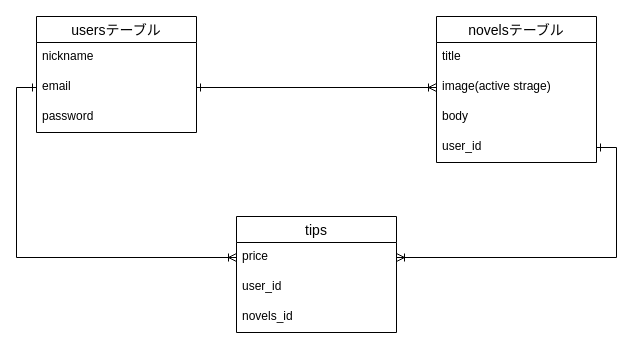
Before: poirot.dio in SeyH0409/poirot, a draw.io diagram. Source tidied: cells renumbered, new cells numbered last; positions are measured from the earlier drawing's top-left corner, leaving out a move shared by most shapes. Both pictures are drawn from the tidied source at 100%, with x=0, y=0 at pixel (36, 16).
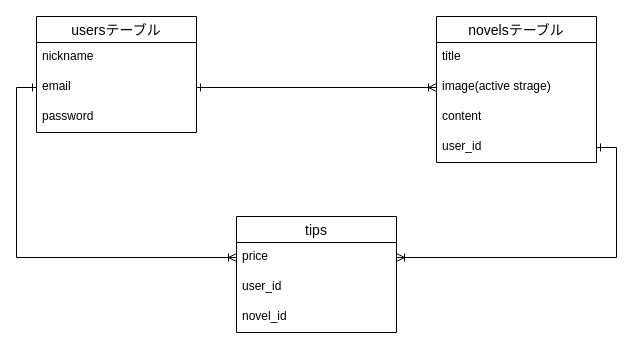
The same page after the edit.

Change to the diagram source:
```diff
@@
 <mxGraphModel>
   <root>
     <mxCell id="0" />
     <mxCell id="1" parent="0" />
     <mxCell id="2" value="usersテーブル" style="swimlane;fontStyle=0;horizontal=1;startSize=26;align=center;fontSize=14;" parent="1" vertex="1">
       <mxGeometry width="160" height="116" as="geometry" />
     </mxCell>
     <mxCell id="3" value="nickname" style="text;strokeColor=none;fillColor=none;spacingLeft=4;spacingRight=4;overflow=hidden;fontSize=12;" parent="2" vertex="1">
       <mxGeometry y="26" width="160" height="30" as="geometry" />
     </mxCell>
     <mxCell id="4" value="email" style="text;strokeColor=none;fillColor=none;spacingLeft=4;spacingRight=4;overflow=hidden;points=[[0,0.5],[1,0.5]];portConstraint=eastwest;fontSize=12;" parent="2" vertex="1">
       <mxGeometry y="56" width="160" height="30" as="geometry" />
     </mxCell>
     <mxCell id="5" value="password" style="text;strokeColor=none;fillColor=none;spacingLeft=4;spacingRight=4;overflow=hidden;fontSize=12;" parent="2" vertex="1">
       <mxGeometry y="86" width="160" height="30" as="geometry" />
     </mxCell>
     <mxCell id="6" value="novelsテーブル" style="swimlane;fontStyle=0;horizontal=1;startSize=26;align=center;fontSize=14;" parent="1" vertex="1">
       <mxGeometry x="400" width="160" height="146" as="geometry" />
     </mxCell>
     <mxCell id="7" value="title" style="text;strokeColor=none;fillColor=none;spacingLeft=4;spacingRight=4;overflow=hidden;fontSize=12;" parent="6" vertex="1">
       <mxGeometry y="26" width="160" height="30" as="geometry" />
     </mxCell>
     <mxCell id="8" value="image(active strage)" style="text;strokeColor=none;fillColor=none;spacingLeft=4;spacingRight=4;overflow=hidden;points=[[0,0.5],[1,0.5]];portConstraint=eastwest;fontSize=12;" parent="6" vertex="1">
       <mxGeometry y="56" width="160" height="30" as="geometry" />
     </mxCell>
-    <mxCell id="9" value="body" style="text;strokeColor=none;fillColor=none;spacingLeft=4;spacingRight=4;overflow=hidden;fontSize=12;" parent="6" vertex="1">
+    <mxCell id="9" value="content" style="text;strokeColor=none;fillColor=none;spacingLeft=4;spacingRight=4;overflow=hidden;fontSize=12;" parent="6" vertex="1">
       <mxGeometry y="86" width="160" height="30" as="geometry" />
     </mxCell>
     <mxCell id="10" value="user_id" style="text;strokeColor=none;fillColor=none;spacingLeft=4;spacingRight=4;overflow=hidden;points=[[0,0.5],[1,0.5]];portConstraint=eastwest;fontSize=12;" parent="6" vertex="1">
       <mxGeometry y="116" width="160" height="30" as="geometry" />
     </mxCell>
     <mxCell id="11" value="tips" style="swimlane;fontStyle=0;horizontal=1;startSize=26;align=center;fontSize=14;" parent="1" vertex="1">
       <mxGeometry x="200" y="200" width="160" height="116" as="geometry" />
     </mxCell>
     <mxCell id="12" value="price" style="text;strokeColor=none;fillColor=none;spacingLeft=4;spacingRight=4;overflow=hidden;points=[[0,0.5],[1,0.5]];portConstraint=eastwest;fontSize=12;" parent="11" vertex="1">
       <mxGeometry y="26" width="160" height="30" as="geometry" />
     </mxCell>
     <mxCell id="13" value="user_id" style="text;strokeColor=none;fillColor=none;spacingLeft=4;spacingRight=4;overflow=hidden;fontSize=12;" parent="11" vertex="1">
       <mxGeometry y="56" width="160" height="30" as="geometry" />
     </mxCell>
-    <mxCell id="14" value="novels_id" style="text;strokeColor=none;fillColor=none;spacingLeft=4;spacingRight=4;overflow=hidden;fontSize=12;" parent="11" vertex="1">
+    <mxCell id="14" value="novel_id" style="text;strokeColor=none;fillColor=none;spacingLeft=4;spacingRight=4;overflow=hidden;fontSize=12;" parent="11" vertex="1">
       <mxGeometry y="86" width="160" height="30" as="geometry" />
     </mxCell>
     <mxCell id="15" style="edgeStyle=orthogonalEdgeStyle;rounded=0;jettySize=auto;html=1;exitX=1;exitY=0.5;exitDx=0;exitDy=0;endArrow=ERoneToMany;endFill=0;sourcePerimeterSpacing=0;startArrow=ERone;startFill=0;" parent="1" edge="1" source="4" target="8">
       <mxGeometry relative="1" as="geometry" />
     </mxCell>
     <mxCell id="16" style="edgeStyle=orthogonalEdgeStyle;rounded=0;jettySize=auto;html=1;exitX=0;exitY=0.5;exitDx=0;exitDy=0;entryX=0;entryY=0.5;entryDx=0;entryDy=0;startArrow=ERone;startFill=0;sourcePerimeterSpacing=0;endArrow=ERoneToMany;endFill=0;" parent="1" edge="1" source="4" target="12">
       <mxGeometry relative="1" as="geometry" />
     </mxCell>
     <mxCell id="17" style="edgeStyle=orthogonalEdgeStyle;rounded=0;jettySize=auto;html=1;exitX=1;exitY=0.5;exitDx=0;exitDy=0;entryX=1;entryY=0.5;entryDx=0;entryDy=0;startArrow=ERone;startFill=0;sourcePerimeterSpacing=0;endArrow=ERoneToMany;endFill=0;" parent="1" edge="1" source="10" target="12">
       <mxGeometry relative="1" as="geometry" />
     </mxCell>
   </root>
 </mxGraphModel>
```
